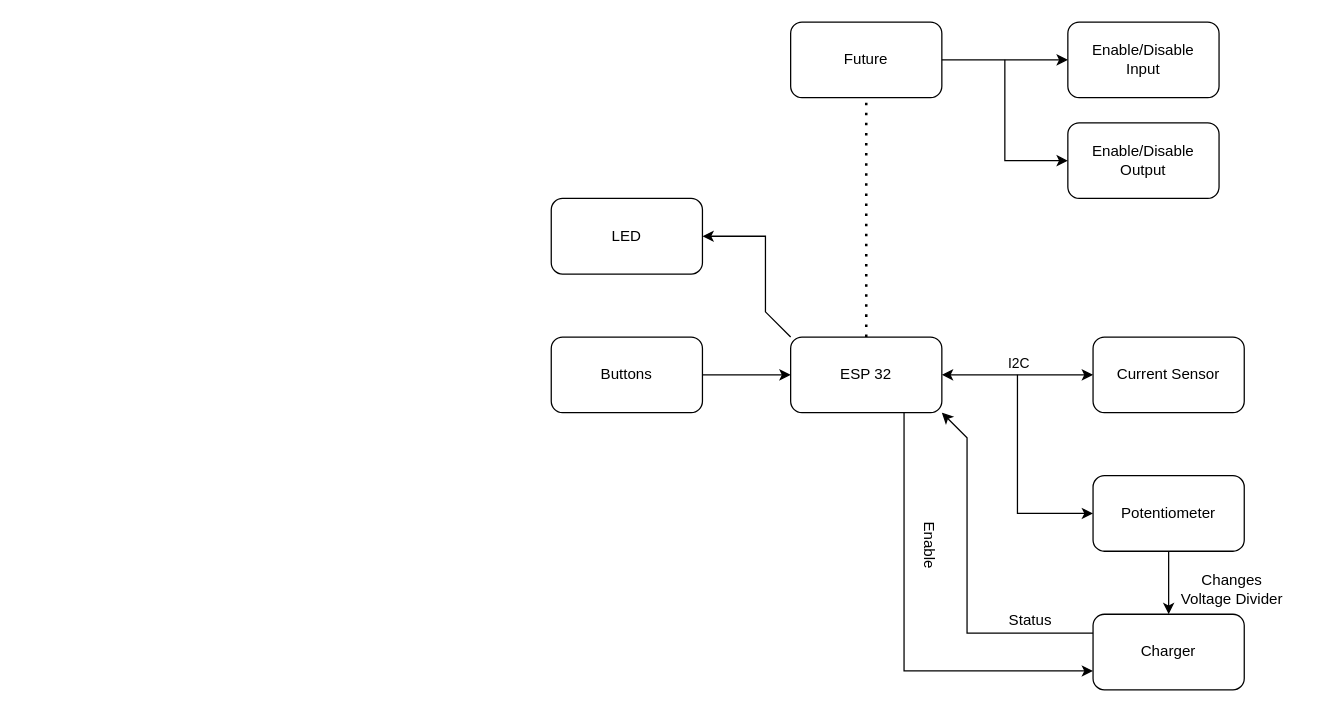
The draw.io diagram page "PCB IO" (4 of 5) of schemas/Schemas.drawio in vives-project-xp/low-voltage-UPS, before the edit. Source tidied: cells renumbered, new cells numbered last; positions are measured from the earlier drawing's top-left corner, leaving out a move shared by most shapes. Both pictures are drawn from the tidied source at 126%, with x=0, y=0 at pixel (551, 21).
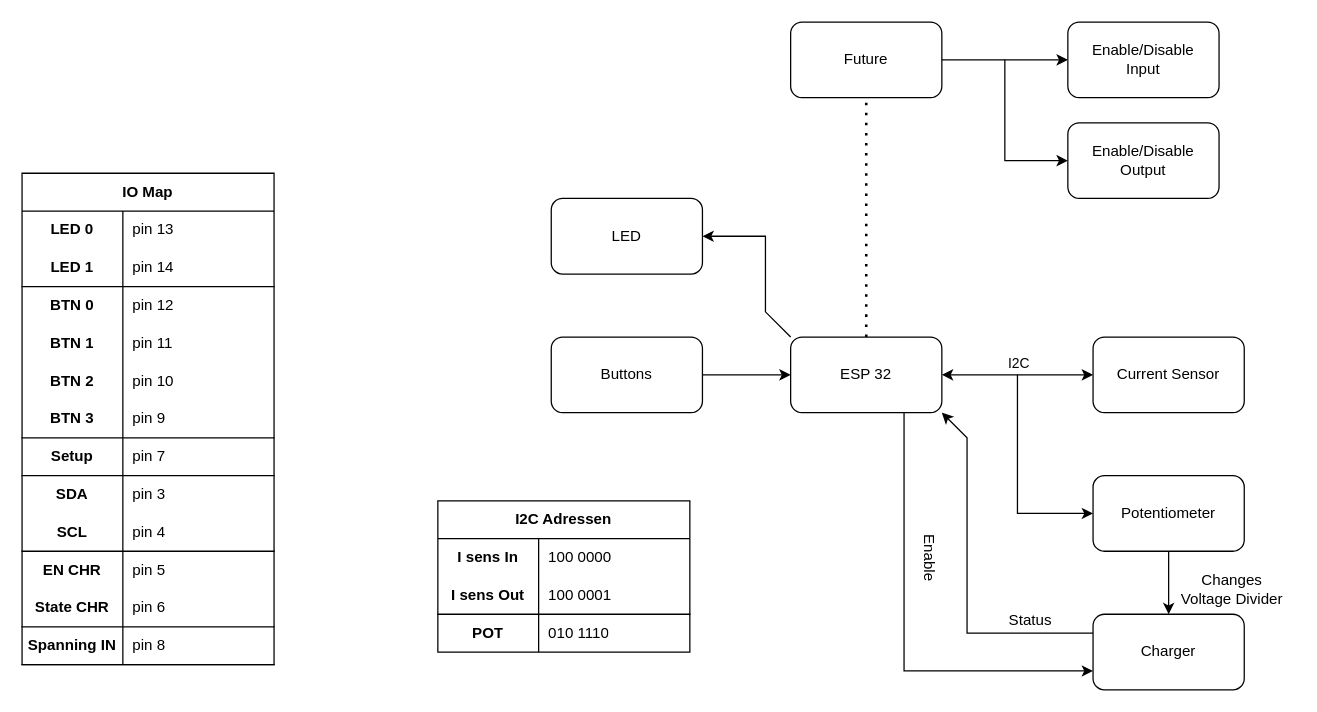
The same diagram, later.

Commit message:
Added IO map and I2C adresses to Schemas

What changed in the source:
```diff
@@
     <mxCell id="14" value="&lt;div&gt;Enable&lt;/div&gt;" style="text;html=1;align=center;verticalAlign=middle;strokeColor=none;fillColor=none;rotation=90;" parent="1" vertex="1">
-      <mxGeometry x="270" y="400" width="60" height="30" as="geometry" />
+      <mxGeometry x="270" y="410" width="60" height="30" as="geometry" />
     </mxCell>
@@
+    <mxCell id="25" value="IO Map" style="shape=table;startSize=30;childLayout=tableLayout;rowLines=0;fontStyle=1;align=center;html=1;whiteSpace=wrap;" parent="1" vertex="1">
+      <mxGeometry x="-420" y="120" width="200" height="390" as="geometry" />
+    </mxCell>
+    <mxCell id="26" style="shape=tableRow;horizontal=0;startSize=0;swimlaneHead=0;swimlaneBody=0;fillColor=none;top=0;left=0;right=0;bottom=0;html=1;" parent="25" vertex="1">
+      <mxGeometry y="30" width="200" height="30" as="geometry" />
+    </mxCell>
+    <mxCell id="27" value="LED 0" style="shape=partialRectangle;fillColor=none;top=0;left=0;bottom=0;right=0;fontStyle=1;overflow=hidden;html=1;whiteSpace=wrap;" parent="26" vertex="1">
+      <mxGeometry width="80" height="30" as="geometry" />
+    </mxCell>
+    <mxCell id="28" value="pin 13" style="shape=partialRectangle;fillColor=none;top=0;left=0;bottom=0;right=0;align=left;spacingLeft=6;fontStyle=0;overflow=hidden;html=1;whiteSpace=wrap;" parent="26" vertex="1">
+      <mxGeometry x="80" width="120" height="30" as="geometry" />
+    </mxCell>
+    <mxCell id="29" style="shape=tableRow;horizontal=0;startSize=0;swimlaneHead=0;swimlaneBody=0;fillColor=none;top=0;left=0;right=0;bottom=1;html=1;" parent="25" vertex="1">
+      <mxGeometry y="60" width="200" height="30" as="geometry" />
+    </mxCell>
+    <mxCell id="30" value="&lt;div&gt;LED 1&lt;/div&gt;" style="shape=partialRectangle;fillColor=none;top=0;left=0;bottom=0;right=0;fontStyle=1;overflow=hidden;html=1;whiteSpace=wrap;" parent="29" vertex="1">
+      <mxGeometry width="80" height="30" as="geometry" />
+    </mxCell>
+    <mxCell id="31" value="pin 14" style="shape=partialRectangle;fillColor=none;top=0;left=0;bottom=0;right=0;align=left;spacingLeft=6;fontStyle=0;overflow=hidden;html=1;whiteSpace=wrap;" parent="29" vertex="1">
+      <mxGeometry x="80" width="120" height="30" as="geometry" />
+    </mxCell>
+    <mxCell id="32" style="shape=tableRow;horizontal=0;startSize=0;swimlaneHead=0;swimlaneBody=0;fillColor=none;top=0;left=0;right=0;bottom=0;html=1;" parent="25" vertex="1">
+      <mxGeometry y="90" width="200" height="30" as="geometry" />
+    </mxCell>
+    <mxCell id="33" value="BTN 0" style="shape=partialRectangle;fillColor=none;top=0;left=0;bottom=0;right=0;fontStyle=1;overflow=hidden;html=1;whiteSpace=wrap;" parent="32" vertex="1">
+      <mxGeometry width="80" height="30" as="geometry" />
+    </mxCell>
+    <mxCell id="34" value="pin 12" style="shape=partialRectangle;fillColor=none;top=0;left=0;bottom=0;right=0;align=left;spacingLeft=6;fontStyle=0;overflow=hidden;html=1;whiteSpace=wrap;" parent="32" vertex="1">
+      <mxGeometry x="80" width="120" height="30" as="geometry" />
+    </mxCell>
+    <mxCell id="35" style="shape=tableRow;horizontal=0;startSize=0;swimlaneHead=0;swimlaneBody=0;fillColor=none;top=0;left=0;right=0;bottom=0;html=1;" parent="25" vertex="1">
+      <mxGeometry y="120" width="200" height="30" as="geometry" />
+    </mxCell>
+    <mxCell id="36" value="BTN 1" style="shape=partialRectangle;fillColor=none;top=0;left=0;bottom=0;right=0;fontStyle=1;overflow=hidden;html=1;whiteSpace=wrap;" parent="35" vertex="1">
+      <mxGeometry width="80" height="30" as="geometry" />
+    </mxCell>
+    <mxCell id="37" value="pin 11" style="shape=partialRectangle;fillColor=none;top=0;left=0;bottom=0;right=0;align=left;spacingLeft=6;fontStyle=0;overflow=hidden;html=1;whiteSpace=wrap;" parent="35" vertex="1">
+      <mxGeometry x="80" width="120" height="30" as="geometry" />
+    </mxCell>
+    <mxCell id="38" style="shape=tableRow;horizontal=0;startSize=0;swimlaneHead=0;swimlaneBody=0;fillColor=none;top=0;left=0;right=0;bottom=0;html=1;" parent="25" vertex="1">
+      <mxGeometry y="150" width="200" height="30" as="geometry" />
+    </mxCell>
+    <mxCell id="39" value="BTN 2" style="shape=partialRectangle;fillColor=none;top=0;left=0;bottom=0;right=0;fontStyle=1;overflow=hidden;html=1;whiteSpace=wrap;" parent="38" vertex="1">
+      <mxGeometry width="80" height="30" as="geometry" />
+    </mxCell>
+    <mxCell id="40" value="pin 10" style="shape=partialRectangle;fillColor=none;top=0;left=0;bottom=0;right=0;align=left;spacingLeft=6;fontStyle=0;overflow=hidden;html=1;whiteSpace=wrap;" parent="38" vertex="1">
+      <mxGeometry x="80" width="120" height="30" as="geometry" />
+    </mxCell>
+    <mxCell id="41" style="shape=tableRow;horizontal=0;startSize=0;swimlaneHead=0;swimlaneBody=0;fillColor=none;top=0;left=0;right=0;bottom=1;html=1;" parent="25" vertex="1">
+      <mxGeometry y="180" width="200" height="30" as="geometry" />
+    </mxCell>
+    <mxCell id="42" value="BTN 3" style="shape=partialRectangle;fillColor=none;top=0;left=0;bottom=0;right=0;fontStyle=1;overflow=hidden;html=1;whiteSpace=wrap;" parent="41" vertex="1">
+      <mxGeometry width="80" height="30" as="geometry" />
+    </mxCell>
+    <mxCell id="43" value="pin 9" style="shape=partialRectangle;fillColor=none;top=0;left=0;bottom=0;right=0;align=left;spacingLeft=6;fontStyle=0;overflow=hidden;html=1;whiteSpace=wrap;" parent="41" vertex="1">
+      <mxGeometry x="80" width="120" height="30" as="geometry" />
+    </mxCell>
+    <mxCell id="44" style="shape=tableRow;horizontal=0;startSize=0;swimlaneHead=0;swimlaneBody=0;fillColor=none;top=0;left=0;right=0;bottom=1;html=1;" parent="25" vertex="1">
+      <mxGeometry y="210" width="200" height="30" as="geometry" />
+    </mxCell>
+    <mxCell id="45" value="Setup" style="shape=partialRectangle;fillColor=none;top=0;left=0;bottom=0;right=0;fontStyle=1;overflow=hidden;html=1;whiteSpace=wrap;" parent="44" vertex="1">
+      <mxGeometry width="80" height="30" as="geometry" />
+    </mxCell>
+    <mxCell id="46" value="pin 7" style="shape=partialRectangle;fillColor=none;top=0;left=0;bottom=0;right=0;align=left;spacingLeft=6;fontStyle=0;overflow=hidden;html=1;whiteSpace=wrap;" parent="44" vertex="1">
+      <mxGeometry x="80" width="120" height="30" as="geometry" />
+    </mxCell>
+    <mxCell id="47" style="shape=tableRow;horizontal=0;startSize=0;swimlaneHead=0;swimlaneBody=0;fillColor=none;top=0;left=0;right=0;bottom=0;html=1;" parent="25" vertex="1">
+      <mxGeometry y="240" width="200" height="30" as="geometry" />
+    </mxCell>
+    <mxCell id="48" value="SDA" style="shape=partialRectangle;fillColor=none;top=0;left=0;bottom=0;right=0;fontStyle=1;overflow=hidden;html=1;whiteSpace=wrap;" parent="47" vertex="1">
+      <mxGeometry width="80" height="30" as="geometry" />
+    </mxCell>
+    <mxCell id="49" value="pin 3" style="shape=partialRectangle;fillColor=none;top=0;left=0;bottom=0;right=0;align=left;spacingLeft=6;fontStyle=0;overflow=hidden;html=1;whiteSpace=wrap;" parent="47" vertex="1">
+      <mxGeometry x="80" width="120" height="30" as="geometry" />
+    </mxCell>
+    <mxCell id="50" style="shape=tableRow;horizontal=0;startSize=0;swimlaneHead=0;swimlaneBody=0;fillColor=none;top=0;left=0;right=0;bottom=1;html=1;" parent="25" vertex="1">
+      <mxGeometry y="270" width="200" height="30" as="geometry" />
+    </mxCell>
+    <mxCell id="51" value="SCL" style="shape=partialRectangle;fillColor=none;top=0;left=0;bottom=0;right=0;fontStyle=1;overflow=hidden;html=1;whiteSpace=wrap;" parent="50" vertex="1">
+      <mxGeometry width="80" height="30" as="geometry" />
+    </mxCell>
+    <mxCell id="52" value="pin 4" style="shape=partialRectangle;fillColor=none;top=0;left=0;bottom=0;right=0;align=left;spacingLeft=6;fontStyle=0;overflow=hidden;html=1;whiteSpace=wrap;" parent="50" vertex="1">
+      <mxGeometry x="80" width="120" height="30" as="geometry" />
+    </mxCell>
+    <mxCell id="53" style="shape=tableRow;horizontal=0;startSize=0;swimlaneHead=0;swimlaneBody=0;fillColor=none;top=0;left=0;right=0;bottom=0;html=1;" parent="25" vertex="1">
+      <mxGeometry y="300" width="200" height="30" as="geometry" />
+    </mxCell>
+    <mxCell id="54" value="EN CHR" style="shape=partialRectangle;fillColor=none;top=0;left=0;bottom=0;right=0;fontStyle=1;overflow=hidden;html=1;whiteSpace=wrap;" parent="53" vertex="1">
+      <mxGeometry width="80" height="30" as="geometry" />
+    </mxCell>
+    <mxCell id="55" value="pin 5" style="shape=partialRectangle;fillColor=none;top=0;left=0;bottom=0;right=0;align=left;spacingLeft=6;fontStyle=0;overflow=hidden;html=1;whiteSpace=wrap;" parent="53" vertex="1">
+      <mxGeometry x="80" width="120" height="30" as="geometry" />
+    </mxCell>
+    <mxCell id="56" style="shape=tableRow;horizontal=0;startSize=0;swimlaneHead=0;swimlaneBody=0;fillColor=none;top=0;left=0;right=0;bottom=1;html=1;" parent="25" vertex="1">
+      <mxGeometry y="330" width="200" height="30" as="geometry" />
+    </mxCell>
+    <mxCell id="57" value="State CHR" style="shape=partialRectangle;fillColor=none;top=0;left=0;bottom=0;right=0;fontStyle=1;overflow=hidden;html=1;whiteSpace=wrap;" parent="56" vertex="1">
+      <mxGeometry width="80" height="30" as="geometry" />
+    </mxCell>
+    <mxCell id="58" value="pin 6" style="shape=partialRectangle;fillColor=none;top=0;left=0;bottom=0;right=0;align=left;spacingLeft=6;fontStyle=0;overflow=hidden;html=1;whiteSpace=wrap;" parent="56" vertex="1">
+      <mxGeometry x="80" width="120" height="30" as="geometry" />
+    </mxCell>
+    <mxCell id="59" style="shape=tableRow;horizontal=0;startSize=0;swimlaneHead=0;swimlaneBody=0;fillColor=none;top=0;left=0;right=0;bottom=1;html=1;" parent="25" vertex="1">
+      <mxGeometry y="360" width="200" height="30" as="geometry" />
+    </mxCell>
+    <mxCell id="60" value="Spanning IN" style="shape=partialRectangle;fillColor=none;top=0;left=0;bottom=0;right=0;fontStyle=1;overflow=hidden;html=1;whiteSpace=wrap;" parent="59" vertex="1">
+      <mxGeometry width="80" height="30" as="geometry" />
+    </mxCell>
+    <mxCell id="61" value="pin 8" style="shape=partialRectangle;fillColor=none;top=0;left=0;bottom=0;right=0;align=left;spacingLeft=6;fontStyle=0;overflow=hidden;html=1;whiteSpace=wrap;" parent="59" vertex="1">
+      <mxGeometry x="80" width="120" height="30" as="geometry" />
+    </mxCell>
+    <mxCell id="62" value="I2C Adressen" style="shape=table;startSize=30;childLayout=tableLayout;rowLines=0;fontStyle=1;align=center;html=1;whiteSpace=wrap;" parent="1" vertex="1">
+      <mxGeometry x="-90" y="380" width="200" height="120" as="geometry" />
+    </mxCell>
+    <mxCell id="63" style="shape=tableRow;horizontal=0;startSize=0;swimlaneHead=0;swimlaneBody=0;fillColor=none;top=0;left=0;right=0;bottom=0;html=1;" parent="62" vertex="1">
+      <mxGeometry y="30" width="200" height="30" as="geometry" />
+    </mxCell>
+    <mxCell id="64" value="I sens In" style="shape=partialRectangle;fillColor=none;top=0;left=0;bottom=0;right=0;fontStyle=1;overflow=hidden;html=1;whiteSpace=wrap;" parent="63" vertex="1">
+      <mxGeometry width="80" height="30" as="geometry" />
+    </mxCell>
+    <mxCell id="65" value="100 0000" style="shape=partialRectangle;fillColor=none;top=0;left=0;bottom=0;right=0;align=left;spacingLeft=6;fontStyle=0;overflow=hidden;html=1;whiteSpace=wrap;" parent="63" vertex="1">
+      <mxGeometry x="80" width="120" height="30" as="geometry" />
+    </mxCell>
+    <mxCell id="66" style="shape=tableRow;horizontal=0;startSize=0;swimlaneHead=0;swimlaneBody=0;fillColor=none;top=0;left=0;right=0;bottom=1;html=1;" parent="62" vertex="1">
+      <mxGeometry y="60" width="200" height="30" as="geometry" />
+    </mxCell>
+    <mxCell id="67" value="&lt;div&gt;I sens Out&lt;br&gt;&lt;/div&gt;" style="shape=partialRectangle;fillColor=none;top=0;left=0;bottom=0;right=0;fontStyle=1;overflow=hidden;html=1;whiteSpace=wrap;" parent="66" vertex="1">
+      <mxGeometry width="80" height="30" as="geometry" />
+    </mxCell>
+    <mxCell id="68" value="100 0001" style="shape=partialRectangle;fillColor=none;top=0;left=0;bottom=0;right=0;align=left;spacingLeft=6;fontStyle=0;overflow=hidden;html=1;whiteSpace=wrap;" parent="66" vertex="1">
+      <mxGeometry x="80" width="120" height="30" as="geometry" />
+    </mxCell>
+    <mxCell id="69" style="shape=tableRow;horizontal=0;startSize=0;swimlaneHead=0;swimlaneBody=0;fillColor=none;top=0;left=0;right=0;bottom=0;html=1;" parent="62" vertex="1">
+      <mxGeometry y="90" width="200" height="30" as="geometry" />
+    </mxCell>
+    <mxCell id="70" value="POT" style="shape=partialRectangle;fillColor=none;top=0;left=0;bottom=0;right=0;fontStyle=1;overflow=hidden;html=1;whiteSpace=wrap;" parent="69" vertex="1">
+      <mxGeometry width="80" height="30" as="geometry" />
+    </mxCell>
+    <mxCell id="71" value="010 1110" style="shape=partialRectangle;fillColor=none;top=0;left=0;bottom=0;right=0;align=left;spacingLeft=6;fontStyle=0;overflow=hidden;html=1;whiteSpace=wrap;" parent="69" vertex="1">
+      <mxGeometry x="80" width="120" height="30" as="geometry" />
+    </mxCell>
```
